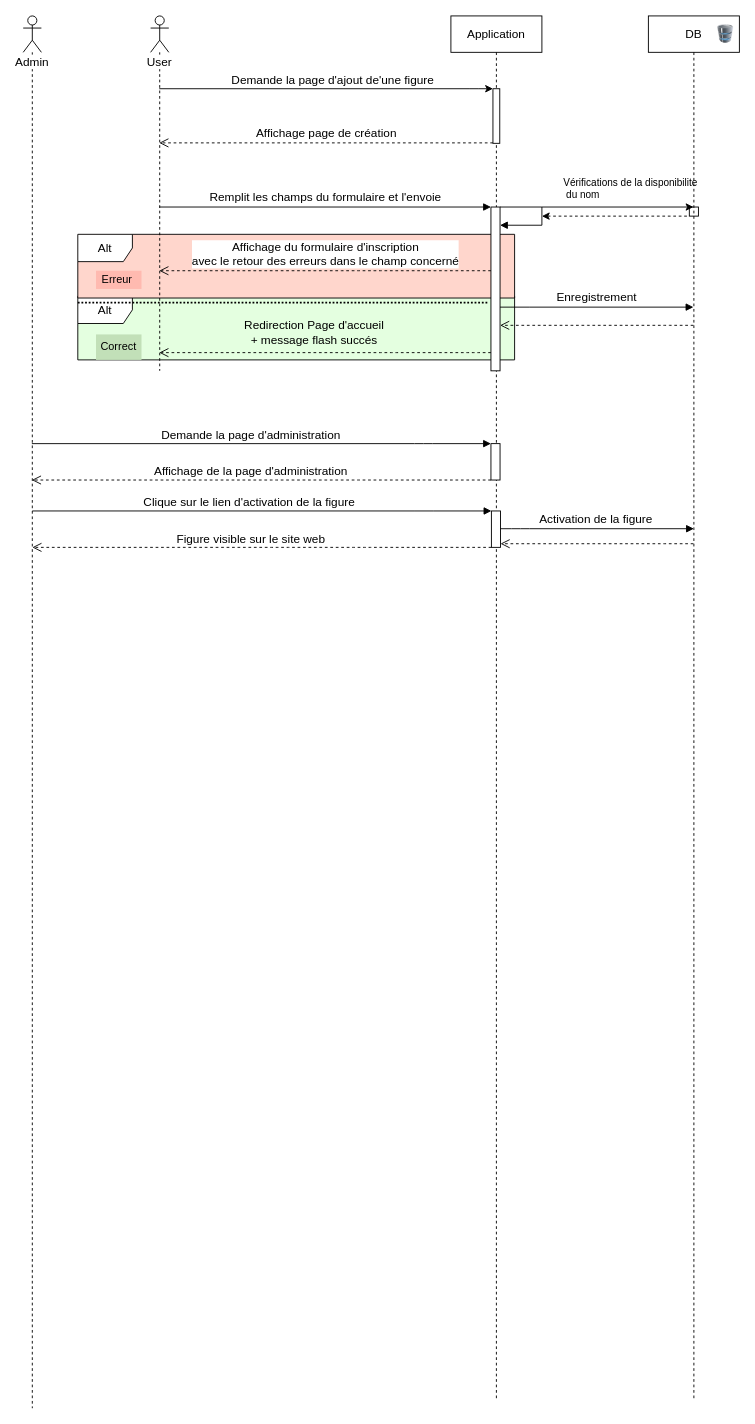
Earlier version of the draw.io diagram Diagrammes/sequence_post_new__snowtricks.drawio (JgPhil/Snowtricks). Source tidied: cells renumbered, new cells numbered last; positions are measured from the earlier drawing's top-left corner, leaving out a move shared by most shapes. Both pictures are drawn from the tidied source at 91%, with x=0, y=0 at pixel (23, 15).
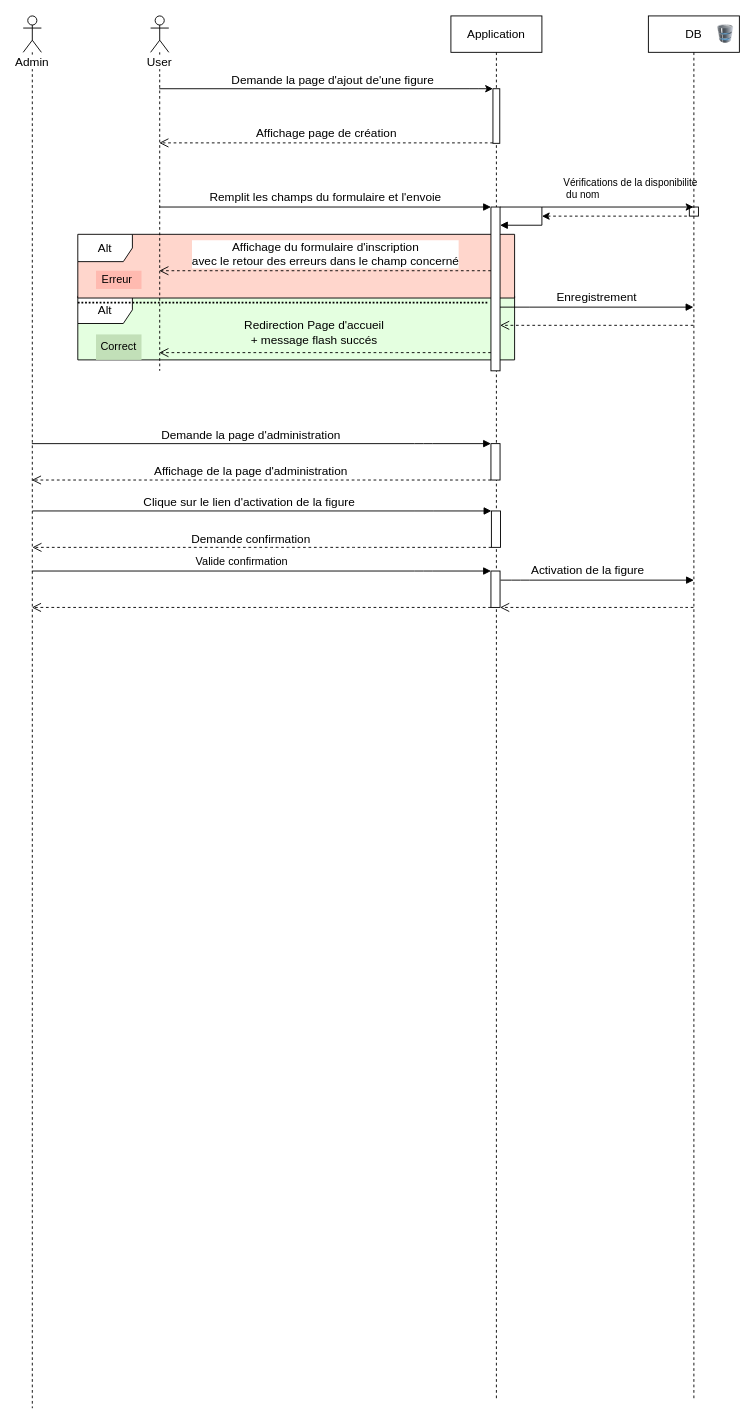
The same diagram, later.

Commit message (it also covers changes not shown here):
uml diagrams

The change refers to these unchanged cells:
```xml
<mxCell id="6" value="Application" style="shape=umlLifeline;perimeter=lifelinePerimeter;whiteSpace=wrap;html=1;rounded=0;comic=0;fontSize=13;" parent="1" vertex="1">
  <mxGeometry x="470" width="100" height="1520" as="geometry" />
</mxCell>
<mxCell id="11" value="DB" style="shape=umlLifeline;perimeter=lifelinePerimeter;whiteSpace=wrap;html=1;outlineConnect=0;strokeWidth=1;fontSize=13;" parent="1" vertex="1">
  <mxGeometry x="687" width="100" height="1520" as="geometry" />
</mxCell>
<mxCell id="32" style="html=1;points=[];perimeter=orthogonalPerimeter;" parent="1" vertex="1">
  <mxGeometry x="514.5" y="544" width="10" height="40" as="geometry" />
</mxCell>
```

What changed in the source:
```diff
@@
+    <mxCell id="40" style="html=1;points=[];perimeter=orthogonalPerimeter;" parent="6" vertex="1">
+      <mxGeometry x="44" y="610" width="10" height="40" as="geometry" />
+    </mxCell>
+    <mxCell id="41" style="html=1;verticalAlign=bottom;endArrow=block;" parent="6" edge="1" target="40">
+      <mxGeometry x="0.57" y="-120" relative="1" as="geometry">
+        <mxPoint x="-460.5" y="610" as="sourcePoint" />
+        <Array as="points">
+          <mxPoint x="-30" y="610" />
+        </Array>
+        <mxPoint x="-120" y="-120" as="offset" />
+      </mxGeometry>
+    </mxCell>
+    <mxCell id="42" style="html=1;verticalAlign=bottom;endArrow=open;dashed=1;endSize=8;fontSize=13;" parent="6" edge="1" source="40">
+      <mxGeometry relative="1" as="geometry">
+        <mxPoint x="-460.5" y="650" as="targetPoint" />
+        <Array as="points">
+          <mxPoint x="-99" y="650" />
+          <mxPoint x="-189" y="650" />
+        </Array>
+      </mxGeometry>
+    </mxCell>
@@
     <mxCell id="36" value="&lt;font style=&quot;font-size: 13px&quot;&gt;Activation de la figure&amp;nbsp;&lt;/font&gt;" style="html=1;verticalAlign=bottom;endArrow=block;" parent="1" edge="1">
-      <mxGeometry x="-0.01" relative="1" as="geometry">
-        <mxPoint x="524.5" y="563.5" as="sourcePoint" />
-        <mxPoint x="737" y="563.5" as="targetPoint" />
+      <mxGeometry x="-0.1" relative="1" as="geometry">
+        <mxPoint x="524.5" y="620" as="sourcePoint" />
+        <mxPoint x="737" y="620" as="targetPoint" />
         <Array as="points">
-          <mxPoint x="546.5" y="563.5" />
+          <mxPoint x="546.5" y="620" />
         </Array>
         <mxPoint x="1" as="offset" />
       </mxGeometry>
     </mxCell>
-    <mxCell id="37" value="Figure visible sur le site web" style="text;html=1;align=center;verticalAlign=middle;fontSize=13;" parent="1" vertex="1">
-      <mxGeometry x="160" y="565" width="180" height="20" as="geometry" />
+    <mxCell id="37" value="Demande confirmation" style="text;html=1;align=center;verticalAlign=middle;fontSize=13;" parent="1" vertex="1">
+      <mxGeometry x="175" y="565" width="150" height="20" as="geometry" />
     </mxCell>
@@
-    <mxCell id="39" style="html=1;verticalAlign=bottom;endArrow=open;dashed=1;endSize=8;fontSize=13;" parent="1" edge="1" source="11" target="32">
+    <mxCell id="39" style="html=1;verticalAlign=bottom;endArrow=open;dashed=1;endSize=8;fontSize=13;" parent="1" edge="1" source="11" target="40">
       <mxGeometry relative="1" as="geometry">
         <Array as="points">
-          <mxPoint x="710" y="580" />
-          <mxPoint x="600" y="580" />
+          <mxPoint x="720" y="650" />
+          <mxPoint x="620" y="650" />
+          <mxPoint x="590" y="650" />
         </Array>
       </mxGeometry>
     </mxCell>
+    <mxCell id="43" value="Valide confirmation" style="text;html=1;align=center;verticalAlign=middle;" parent="1" vertex="1">
+      <mxGeometry x="180" y="590" width="120" height="20" as="geometry" />
+    </mxCell>
```
